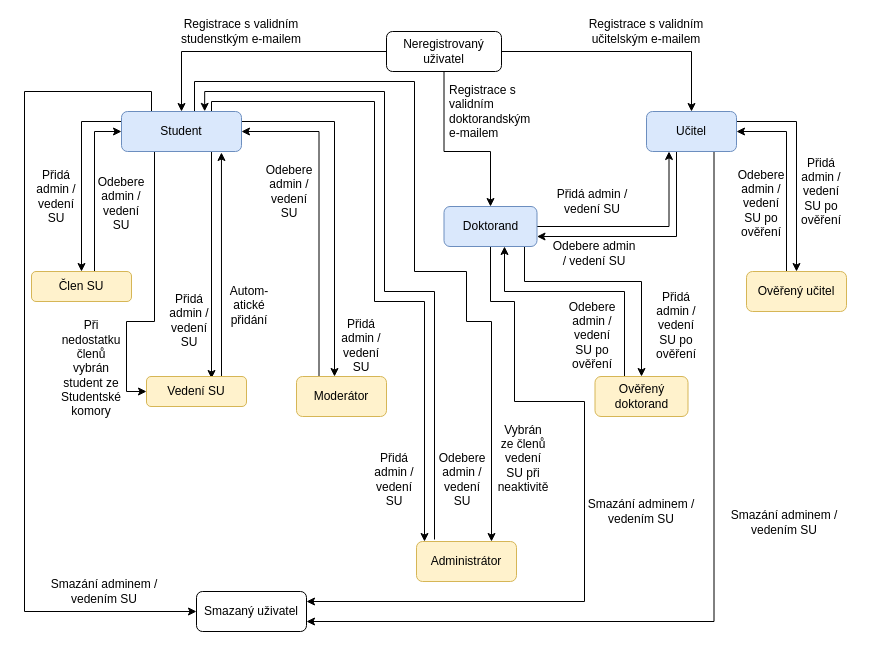
Before: diagramy/roles_lifecycle_2.drawio in mirasvarc/fituska3, a draw.io diagram. Source tidied: cells renumbered, new cells numbered last; positions are measured from the earlier drawing's top-left corner, leaving out a move shared by most shapes. Both pictures are drawn from the tidied source at 100%, with x=0, y=0 at pixel (24, 21).
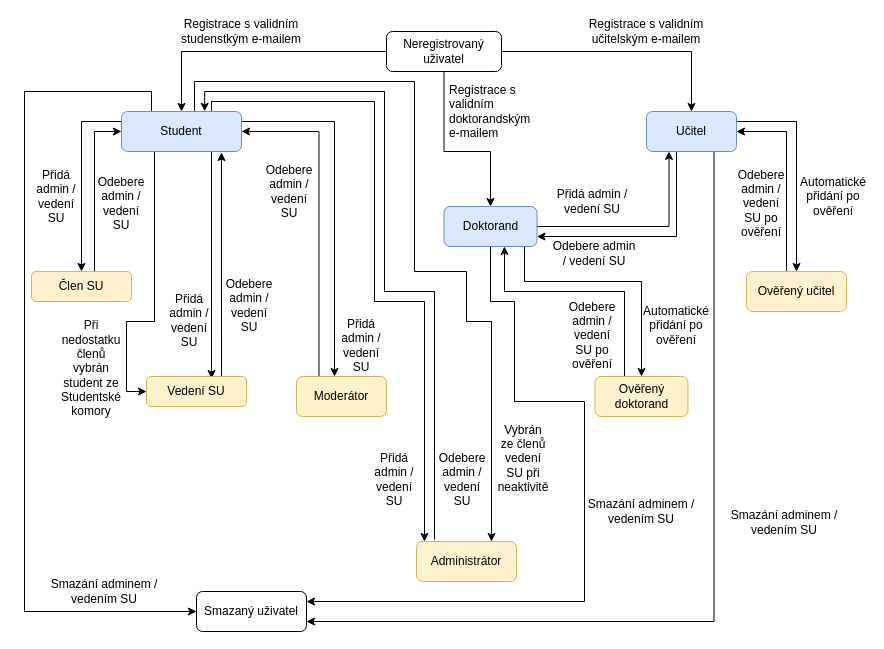
The same diagram, later.

Diff of the diagram source:
```diff
@@
-    <mxCell id="36" value="Přidá admin / vedení SU po ověření" style="text;html=1;strokeColor=none;fillColor=none;align=center;verticalAlign=middle;whiteSpace=wrap;rounded=0;" parent="1" vertex="1">
-      <mxGeometry x="772" y="136.5" width="50" height="67" as="geometry" />
-    </mxCell>
@@
-    <mxCell id="43" value="Autom-atické&lt;br&gt;přidání" style="text;html=1;strokeColor=none;fillColor=none;align=center;verticalAlign=middle;whiteSpace=wrap;rounded=0;" parent="1" vertex="1">
+    <mxCell id="43" value="Odebere admin / vedení SU" style="text;html=1;strokeColor=none;fillColor=none;align=center;verticalAlign=middle;whiteSpace=wrap;rounded=0;" parent="1" vertex="1">
       <mxGeometry x="200" y="250" width="50" height="67" as="geometry" />
     </mxCell>
@@
-    <mxCell id="53" value="Přidá admin / vedení SU po ověření" style="text;html=1;strokeColor=none;fillColor=none;align=center;verticalAlign=middle;whiteSpace=wrap;rounded=0;" parent="1" vertex="1">
+    <mxCell id="53" value="Automatické přidání po ověření" style="text;html=1;strokeColor=none;fillColor=none;align=center;verticalAlign=middle;whiteSpace=wrap;rounded=0;" parent="1" vertex="1">
       <mxGeometry x="627" y="270" width="50" height="67" as="geometry" />
     </mxCell>
@@
+    <mxCell id="57" value="Automatické přidání po ověření" style="text;html=1;strokeColor=none;fillColor=none;align=center;verticalAlign=middle;whiteSpace=wrap;rounded=0;" parent="1" vertex="1">
+      <mxGeometry x="784" y="141.5" width="50" height="67" as="geometry" />
+    </mxCell>
```
